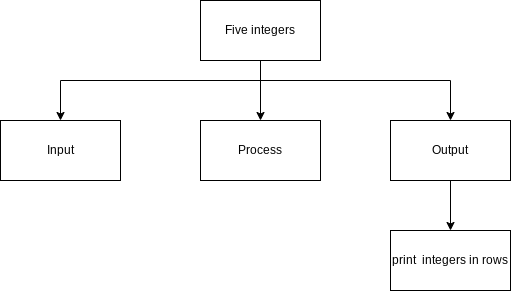
Before: top-down.png, a diagram exported from draw.io (Huzaifa-Khalid-2/ICS3U-Unit4-07-Python). Source tidied: cells renumbered, new cells last; positions are measured from the earlier drawing's top-left corner, leaving out a move shared by most shapes.
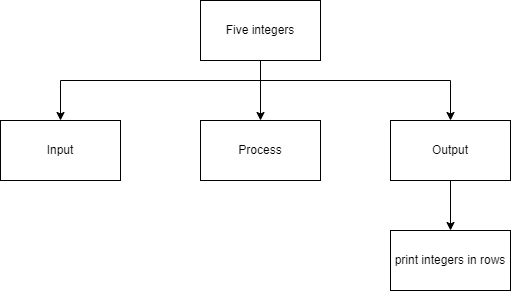
After the commit.

Commit message:
edited_top_down

Diff of the diagram source:
```diff
@@ -36,7 +36,7 @@
     <mxCell id="9" value="Output" style="rounded=0;whiteSpace=wrap;html=1;" parent="1" vertex="1">
       <mxGeometry x="390" y="120" width="120" height="60" as="geometry" />
     </mxCell>
-    <mxCell id="10" value="print&amp;nbsp; integers in rows" style="rounded=0;whiteSpace=wrap;html=1;" parent="1" vertex="1">
+    <mxCell id="10" value="print integers in rows" style="rounded=0;whiteSpace=wrap;html=1;" parent="1" vertex="1">
       <mxGeometry x="390" y="230" width="120" height="60" as="geometry" />
     </mxCell>
   </root>
```
